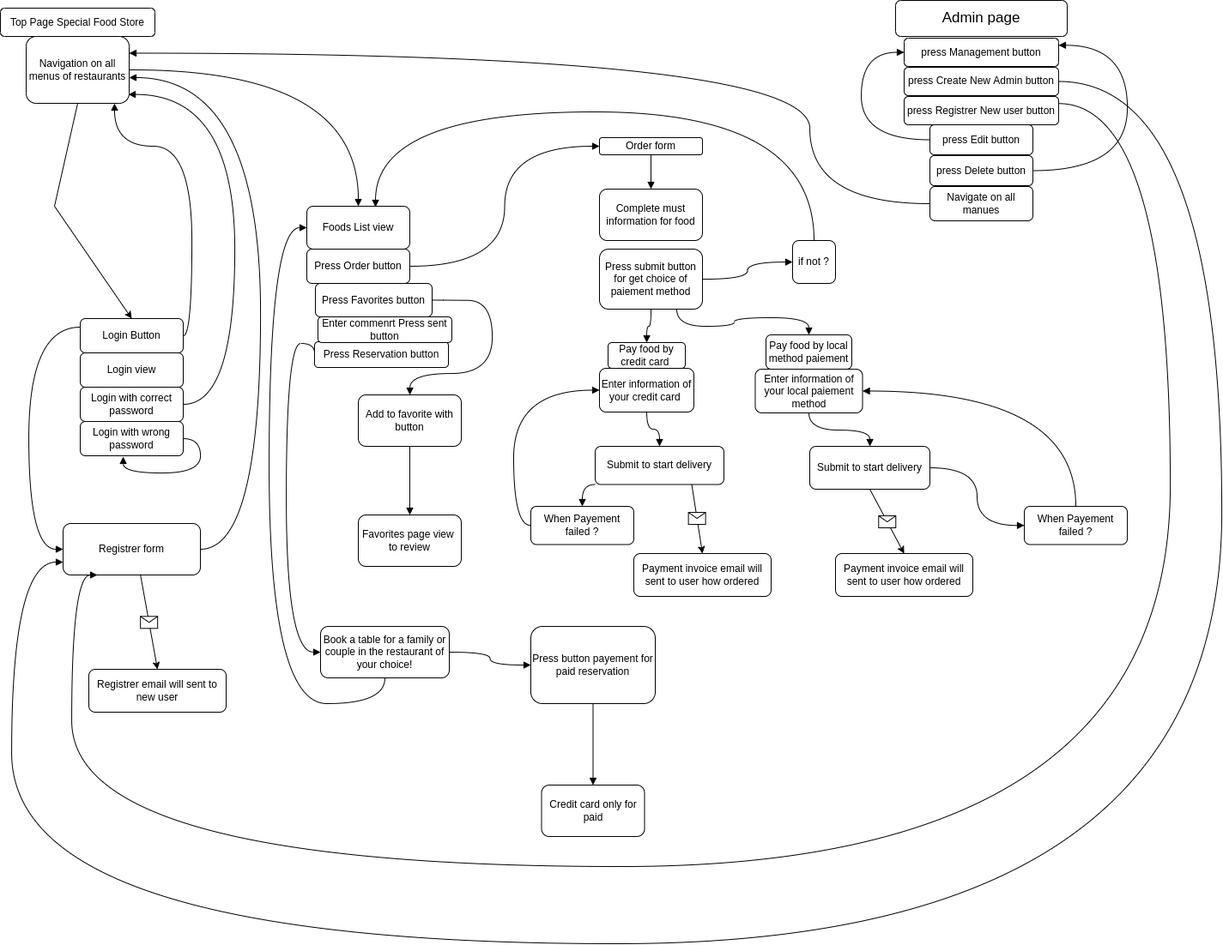
Before: docs/Transition_screen_ER_Diagramm.png, a diagram exported from draw.io (Gado229/special_food_store). Source tidied: cells renumbered, new cells last; positions are measured from the earlier drawing's top-left corner, leaving out a move shared by most shapes.
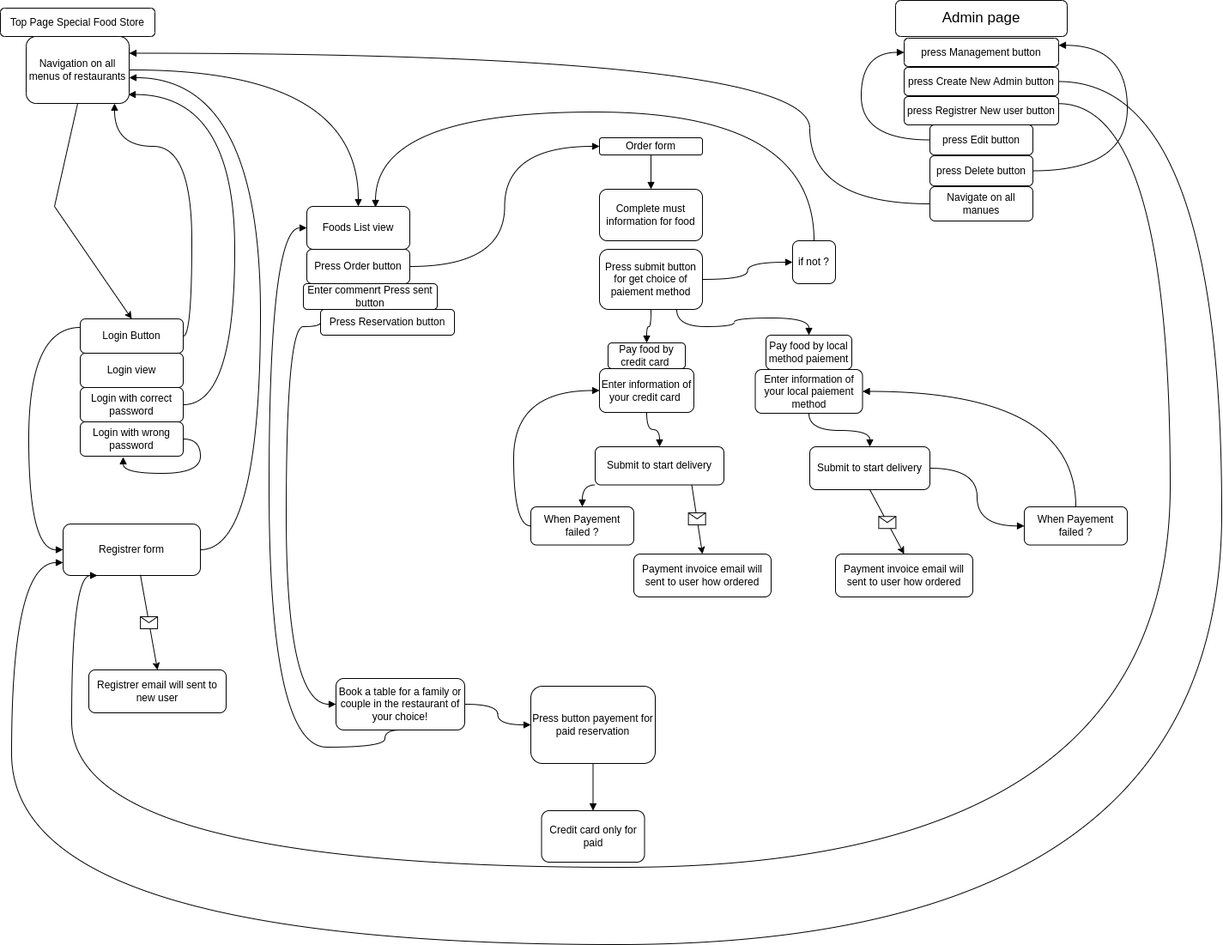
Later version of the same file.

Diff of the diagram source:
```diff
@@ -91,8 +91,9 @@
     <mxCell id="20" value="Press Order button" style="rounded=1;whiteSpace=wrap;html=1;strokeColor=default;" parent="1" vertex="1">
       <mxGeometry x="357" y="290" width="120" height="40" as="geometry" />
     </mxCell>
-    <mxCell id="21" style="edgeStyle=orthogonalEdgeStyle;curved=1;rounded=0;jettySize=auto;html=1;startArrow=none;startFill=0;endArrow=block;endFill=1;exitX=1;exitY=0.5;exitDx=0;exitDy=0;" parent="1" edge="1" source="22" target="50">
+    <mxCell id="21" style="edgeStyle=orthogonalEdgeStyle;curved=1;rounded=0;orthogonalLoop=1;jettySize=auto;html=1;startArrow=none;startFill=0;endArrow=block;endFill=1;exitX=1;exitY=0.5;exitDx=0;exitDy=0;" parent="1" edge="1">
       <mxGeometry relative="1" as="geometry">
+        <mxPoint x="503" y="349.5" as="sourcePoint" />
         <Array as="points">
           <mxPoint x="516" y="350" />
           <mxPoint x="573" y="350" />
@@ -101,20 +102,17 @@
         </Array>
       </mxGeometry>
     </mxCell>
-    <mxCell id="22" value="Press Favorites button" style="rounded=1;whiteSpace=wrap;html=1;strokeColor=default;" parent="1" vertex="1">
-      <mxGeometry x="367" y="330" width="136" height="39" as="geometry" />
-    </mxCell>
     <mxCell id="23" style="edgeStyle=orthogonalEdgeStyle;curved=1;rounded=0;jettySize=auto;html=1;startArrow=none;startFill=0;endArrow=block;endFill=1;exitX=0;exitY=0.5;exitDx=0;exitDy=0;" parent="1" edge="1" source="24" target="54">
       <mxGeometry relative="1" as="geometry">
         <Array as="points">
-          <mxPoint x="367" y="400" />
-          <mxPoint x="333" y="400" />
-          <mxPoint x="333" y="760" />
+          <mxPoint x="373" y="380" />
+          <mxPoint x="333" y="380" />
+          <mxPoint x="333" y="820" />
         </Array>
       </mxGeometry>
     </mxCell>
     <mxCell id="24" value="Press Reservation button" style="rounded=1;whiteSpace=wrap;html=1;strokeColor=default;" parent="1" vertex="1">
-      <mxGeometry x="366" y="398" width="156" height="30" as="geometry" />
+      <mxGeometry x="373" y="360" width="156" height="30" as="geometry" />
     </mxCell>
     <mxCell id="25" value="Foods List view" style="rounded=1;whiteSpace=wrap;html=1;strokeColor=default;" parent="1" vertex="1">
       <mxGeometry x="357" y="240" width="120" height="50" as="geometry" />
@@ -195,20 +193,16 @@
     <mxCell id="48" value="When Payement failed ?" style="whiteSpace=wrap;html=1;rounded=1;" parent="1" vertex="1">
       <mxGeometry x="618" y="590" width="120" height="44.5" as="geometry" />
     </mxCell>
-    <mxCell id="49" style="edgeStyle=orthogonalEdgeStyle;curved=1;rounded=0;jettySize=auto;html=1;startArrow=none;startFill=0;endArrow=block;endFill=1;" parent="1" edge="1" source="50" target="51">
-      <mxGeometry relative="1" as="geometry" />
+    <mxCell id="49" style="edgeStyle=orthogonalEdgeStyle;curved=1;rounded=0;orthogonalLoop=1;jettySize=auto;html=1;startArrow=none;startFill=0;endArrow=block;endFill=1;" parent="1" edge="1">
+      <mxGeometry relative="1" as="geometry">
+        <mxPoint x="477" y="520" as="sourcePoint" />
+      </mxGeometry>
     </mxCell>
-    <mxCell id="50" value="Add to favorite with button" style="whiteSpace=wrap;html=1;rounded=1;" parent="1" vertex="1">
-      <mxGeometry x="417" y="460" width="120" height="60" as="geometry" />
-    </mxCell>
-    <mxCell id="51" value="Favorites page view&amp;nbsp;&lt;br&gt;to review" style="whiteSpace=wrap;html=1;rounded=1;" parent="1" vertex="1">
-      <mxGeometry x="417" y="600" width="120" height="60" as="geometry" />
-    </mxCell>
     <mxCell id="52" style="edgeStyle=orthogonalEdgeStyle;curved=1;rounded=0;jettySize=auto;html=1;exitX=0.5;exitY=1;exitDx=0;exitDy=0;entryX=0;entryY=0.5;entryDx=0;entryDy=0;startArrow=none;startFill=0;endArrow=block;endFill=1;" parent="1" edge="1" source="54" target="25">
       <mxGeometry relative="1" as="geometry">
         <Array as="points">
-          <mxPoint x="448" y="820" />
-          <mxPoint x="313" y="820" />
+          <mxPoint x="448" y="870" />
+          <mxPoint x="313" y="870" />
           <mxPoint x="313" y="265" />
         </Array>
       </mxGeometry>
@@ -217,16 +211,16 @@
       <mxGeometry relative="1" as="geometry" />
     </mxCell>
     <mxCell id="54" value="Book a table for a family or couple in the restaurant of your choice!" style="whiteSpace=wrap;html=1;rounded=1;" parent="1" vertex="1">
-      <mxGeometry x="373" y="730" width="150" height="60" as="geometry" />
+      <mxGeometry x="391" y="790" width="150" height="60" as="geometry" />
     </mxCell>
     <mxCell id="55" style="edgeStyle=orthogonalEdgeStyle;curved=1;rounded=0;jettySize=auto;html=1;startArrow=none;startFill=0;endArrow=block;endFill=1;" parent="1" edge="1" source="56" target="57">
       <mxGeometry relative="1" as="geometry" />
     </mxCell>
     <mxCell id="56" value="Press button payement for paid reservation" style="whiteSpace=wrap;html=1;rounded=1;" parent="1" vertex="1">
-      <mxGeometry x="618" y="730" width="145" height="90" as="geometry" />
+      <mxGeometry x="618" y="799" width="145" height="90" as="geometry" />
     </mxCell>
     <mxCell id="57" value="Credit card only for paid" style="whiteSpace=wrap;html=1;rounded=1;" parent="1" vertex="1">
-      <mxGeometry x="630.5" y="915" width="120" height="60" as="geometry" />
+      <mxGeometry x="630.5" y="944" width="120" height="60" as="geometry" />
     </mxCell>
     <mxCell id="58" style="edgeStyle=orthogonalEdgeStyle;curved=1;rounded=0;jettySize=auto;html=1;exitX=1;exitY=0.5;exitDx=0;exitDy=0;entryX=0;entryY=0.5;entryDx=0;entryDy=0;startArrow=none;startFill=0;endArrow=block;endFill=1;" parent="1" edge="1" source="59" target="64">
       <mxGeometry relative="1" as="geometry" />
@@ -317,7 +311,7 @@
       <mxGeometry x="1083" y="145" width="120" height="35" as="geometry" />
     </mxCell>
     <mxCell id="77" value="Enter commenrt Press sent button" style="rounded=1;whiteSpace=wrap;html=1;strokeColor=default;" parent="1" vertex="1">
-      <mxGeometry x="370" y="369" width="156" height="30" as="geometry" />
+      <mxGeometry x="353" y="330" width="156" height="30" as="geometry" />
     </mxCell>
   </root>
 </mxGraphModel>
```
